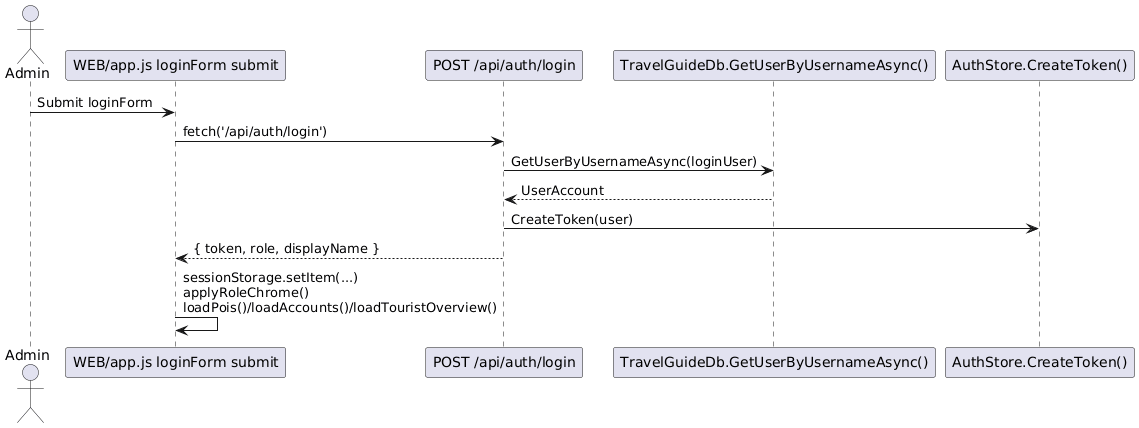
Earlier version of the PlantUML export Diagrams/SE Admin DangNhap.png (hoangtri22/TravelGuide). The source it was exported from:
```plantuml
@startuml
actor "Admin" as A
participant "WEB/app.js loginForm submit" as JS
participant "POST /api/auth/login" as API
participant "TravelGuideDb.GetUserByUsernameAsync()" as DB
participant "AuthStore.CreateToken()" as TOK

A -> JS: Submit loginForm
JS -> API: fetch('/api/auth/login')
API -> DB: GetUserByUsernameAsync(loginUser)
DB --> API: UserAccount
API -> TOK: CreateToken(user)
API --> JS: { token, role, displayName }
JS -> JS: sessionStorage.setItem(...)\napplyRoleChrome()\nloadPois()/loadAccounts()/loadTouristOverview()
@enduml
```
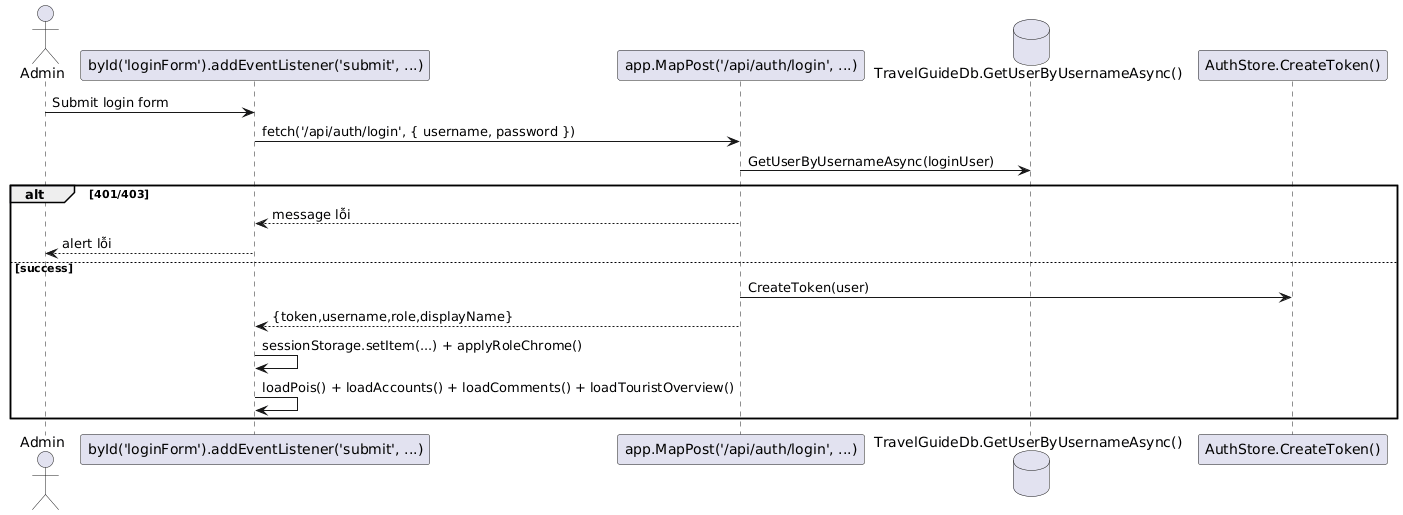
After the commit.

The edit, as a diff of the source:
```diff
@@ -1,15 +1,19 @@
 @startuml
-actor "Admin" as A
-participant "WEB/app.js loginForm submit" as JS
-participant "POST /api/auth/login" as API
-participant "TravelGuideDb.GetUserByUsernameAsync()" as DB
-participant "AuthStore.CreateToken()" as TOK
-
-A -> JS: Submit loginForm
-JS -> API: fetch('/api/auth/login')
-API -> DB: GetUserByUsernameAsync(loginUser)
-DB --> API: UserAccount
-API -> TOK: CreateToken(user)
-API --> JS: { token, role, displayName }
-JS -> JS: sessionStorage.setItem(...)\napplyRoleChrome()\nloadPois()/loadAccounts()/loadTouristOverview()
+actor Admin as A
+participant "byId('loginForm').addEventListener('submit', ...)" as FE
+participant "app.MapPost('/api/auth/login', ...)" as API
+database "TravelGuideDb.GetUserByUsernameAsync()" as DB
+participant "AuthStore.CreateToken()" as AUTH
+A -> FE : Submit login form
+FE -> API : fetch('/api/auth/login', { username, password })
+API -> DB : GetUserByUsernameAsync(loginUser)
+alt 401/403
+  API --> FE : message lỗi
+  FE --> A : alert lỗi
+else success
+  API -> AUTH : CreateToken(user)
+  API --> FE : {token,username,role,displayName}
+  FE -> FE : sessionStorage.setItem(...) + applyRoleChrome()
+  FE -> FE : loadPois() + loadAccounts() + loadComments() + loadTouristOverview()
+end
 @enduml
```
